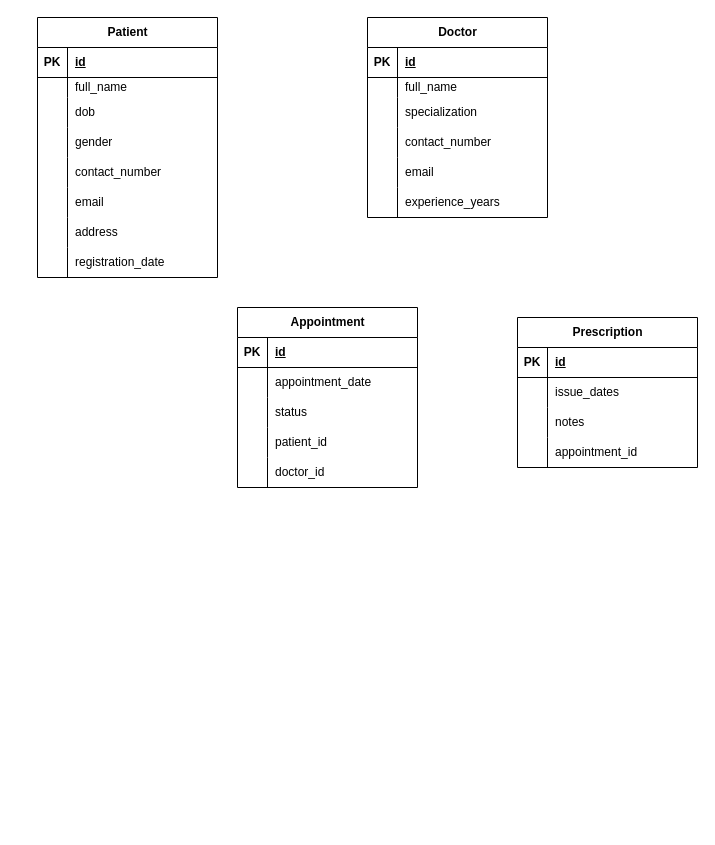
trinshika/Relationship keeps this draw.io diagram as Untitled Diagram.drawio. Above is the earlier version. Source tidied: cells renumbered, new cells numbered last; positions are measured from the earlier drawing's top-left corner, leaving out a move shared by most shapes. Both pictures are drawn from the tidied source at 100%, with x=0, y=0 at pixel (37, 17).
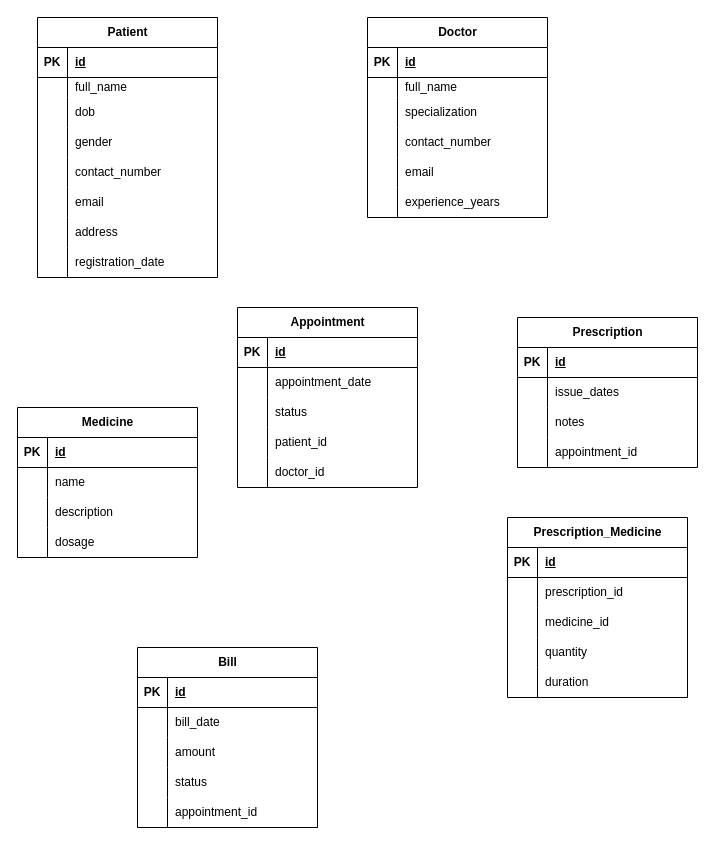
The same page after the edit.

Change to the diagram source:
```diff
@@
+    <mxCell id="75" value="Medicine" style="shape=table;startSize=30;childLayout=tableLayout;rowLines=0;fontStyle=1;align=center;html=1;" parent="1" vertex="1">
+      <mxGeometry x="-20" y="390" width="180" height="150" as="geometry" />
+    </mxCell>
+    <mxCell id="76" style="shape=tableRow;horizontal=0;startSize=0;swimlaneHead=0;swimlaneBody=0;fillColor=none;top=0;left=0;right=0;bottom=1;" parent="75" vertex="1">
+      <mxGeometry y="30" width="180" height="30" as="geometry" />
+    </mxCell>
+    <mxCell id="77" value="PK" style="shape=partialRectangle;fillColor=none;top=0;left=0;bottom=0;right=0;fontStyle=1;overflow=hidden;whiteSpace=wrap;html=1;" parent="76" vertex="1">
+      <mxGeometry width="30" height="30" as="geometry" />
+    </mxCell>
+    <mxCell id="78" value="id" style="shape=partialRectangle;fillColor=none;top=0;left=0;bottom=0;right=0;align=left;spacingLeft=6;fontStyle=5;overflow=hidden;whiteSpace=wrap;html=1;" parent="76" vertex="1">
+      <mxGeometry x="30" width="150" height="30" as="geometry" />
+    </mxCell>
+    <mxCell id="79" style="shape=tableRow;horizontal=0;startSize=0;swimlaneHead=0;swimlaneBody=0;fillColor=none;top=0;left=0;right=0;bottom=0;" parent="75" vertex="1">
+      <mxGeometry y="60" width="180" height="30" as="geometry" />
+    </mxCell>
+    <mxCell id="80" style="shape=partialRectangle;fillColor=none;top=0;left=0;bottom=0;right=0;overflow=hidden;whiteSpace=wrap;html=1;" parent="79" vertex="1">
+      <mxGeometry width="30" height="30" as="geometry" />
+    </mxCell>
+    <mxCell id="81" value="name" style="shape=partialRectangle;fillColor=none;top=0;left=0;bottom=0;right=0;align=left;spacingLeft=6;overflow=hidden;whiteSpace=wrap;html=1;" parent="79" vertex="1">
+      <mxGeometry x="30" width="150" height="30" as="geometry" />
+    </mxCell>
+    <mxCell id="82" style="shape=tableRow;horizontal=0;startSize=0;swimlaneHead=0;swimlaneBody=0;fillColor=none;top=0;left=0;right=0;bottom=0;" parent="75" vertex="1">
+      <mxGeometry y="90" width="180" height="30" as="geometry" />
+    </mxCell>
+    <mxCell id="83" style="shape=partialRectangle;fillColor=none;top=0;left=0;bottom=0;right=0;overflow=hidden;whiteSpace=wrap;html=1;" parent="82" vertex="1">
+      <mxGeometry width="30" height="30" as="geometry" />
+    </mxCell>
+    <mxCell id="84" value="description" style="shape=partialRectangle;fillColor=none;top=0;left=0;bottom=0;right=0;align=left;spacingLeft=6;overflow=hidden;whiteSpace=wrap;html=1;" parent="82" vertex="1">
+      <mxGeometry x="30" width="150" height="30" as="geometry" />
+    </mxCell>
+    <mxCell id="85" style="shape=tableRow;horizontal=0;startSize=0;swimlaneHead=0;swimlaneBody=0;fillColor=none;top=0;left=0;right=0;bottom=0;" parent="75" vertex="1">
+      <mxGeometry y="120" width="180" height="30" as="geometry" />
+    </mxCell>
+    <mxCell id="86" style="shape=partialRectangle;fillColor=none;top=0;left=0;bottom=0;right=0;overflow=hidden;whiteSpace=wrap;html=1;" parent="85" vertex="1">
+      <mxGeometry width="30" height="30" as="geometry" />
+    </mxCell>
+    <mxCell id="87" value="dosage" style="shape=partialRectangle;fillColor=none;top=0;left=0;bottom=0;right=0;align=left;spacingLeft=6;overflow=hidden;whiteSpace=wrap;html=1;" parent="85" vertex="1">
+      <mxGeometry x="30" width="150" height="30" as="geometry" />
+    </mxCell>
+    <mxCell id="88" value="Prescription_Medicine" style="shape=table;startSize=30;childLayout=tableLayout;rowLines=0;fontStyle=1;align=center;html=1;" parent="1" vertex="1">
+      <mxGeometry x="470" y="500" width="180" height="180" as="geometry" />
+    </mxCell>
+    <mxCell id="89" style="shape=tableRow;horizontal=0;startSize=0;swimlaneHead=0;swimlaneBody=0;fillColor=none;top=0;left=0;right=0;bottom=1;" parent="88" vertex="1">
+      <mxGeometry y="30" width="180" height="30" as="geometry" />
+    </mxCell>
+    <mxCell id="90" value="PK" style="shape=partialRectangle;fillColor=none;top=0;left=0;bottom=0;right=0;fontStyle=1;overflow=hidden;whiteSpace=wrap;html=1;" parent="89" vertex="1">
+      <mxGeometry width="30" height="30" as="geometry" />
+    </mxCell>
+    <mxCell id="91" value="id" style="shape=partialRectangle;fillColor=none;top=0;left=0;bottom=0;right=0;align=left;spacingLeft=6;fontStyle=5;overflow=hidden;whiteSpace=wrap;html=1;" parent="89" vertex="1">
+      <mxGeometry x="30" width="150" height="30" as="geometry" />
+    </mxCell>
+    <mxCell id="92" style="shape=tableRow;horizontal=0;startSize=0;swimlaneHead=0;swimlaneBody=0;fillColor=none;top=0;left=0;right=0;bottom=0;" parent="88" vertex="1">
+      <mxGeometry y="60" width="180" height="30" as="geometry" />
+    </mxCell>
+    <mxCell id="93" style="shape=partialRectangle;fillColor=none;top=0;left=0;bottom=0;right=0;overflow=hidden;whiteSpace=wrap;html=1;" parent="92" vertex="1">
+      <mxGeometry width="30" height="30" as="geometry" />
+    </mxCell>
+    <mxCell id="94" value="prescription_id" style="shape=partialRectangle;fillColor=none;top=0;left=0;bottom=0;right=0;align=left;spacingLeft=6;overflow=hidden;whiteSpace=wrap;html=1;" parent="92" vertex="1">
+      <mxGeometry x="30" width="150" height="30" as="geometry" />
+    </mxCell>
+    <mxCell id="95" style="shape=tableRow;horizontal=0;startSize=0;swimlaneHead=0;swimlaneBody=0;fillColor=none;top=0;left=0;right=0;bottom=0;" parent="88" vertex="1">
+      <mxGeometry y="90" width="180" height="30" as="geometry" />
+    </mxCell>
+    <mxCell id="96" style="shape=partialRectangle;fillColor=none;top=0;left=0;bottom=0;right=0;overflow=hidden;whiteSpace=wrap;html=1;" parent="95" vertex="1">
+      <mxGeometry width="30" height="30" as="geometry" />
+    </mxCell>
+    <mxCell id="97" value="medicine_id " style="shape=partialRectangle;fillColor=none;top=0;left=0;bottom=0;right=0;align=left;spacingLeft=6;overflow=hidden;whiteSpace=wrap;html=1;" parent="95" vertex="1">
+      <mxGeometry x="30" width="150" height="30" as="geometry" />
+    </mxCell>
+    <mxCell id="98" style="shape=tableRow;horizontal=0;startSize=0;swimlaneHead=0;swimlaneBody=0;fillColor=none;top=0;left=0;right=0;bottom=0;" parent="88" vertex="1">
+      <mxGeometry y="120" width="180" height="30" as="geometry" />
+    </mxCell>
+    <mxCell id="99" style="shape=partialRectangle;fillColor=none;top=0;left=0;bottom=0;right=0;overflow=hidden;whiteSpace=wrap;html=1;" parent="98" vertex="1">
+      <mxGeometry width="30" height="30" as="geometry" />
+    </mxCell>
+    <mxCell id="100" value="quantity" style="shape=partialRectangle;fillColor=none;top=0;left=0;bottom=0;right=0;align=left;spacingLeft=6;overflow=hidden;whiteSpace=wrap;html=1;" parent="98" vertex="1">
+      <mxGeometry x="30" width="150" height="30" as="geometry" />
+    </mxCell>
+    <mxCell id="101" style="shape=tableRow;horizontal=0;startSize=0;swimlaneHead=0;swimlaneBody=0;fillColor=none;top=0;left=0;right=0;bottom=0;" parent="88" vertex="1">
+      <mxGeometry y="150" width="180" height="30" as="geometry" />
+    </mxCell>
+    <mxCell id="102" style="shape=partialRectangle;fillColor=none;top=0;left=0;bottom=0;right=0;overflow=hidden;whiteSpace=wrap;html=1;" parent="101" vertex="1">
+      <mxGeometry width="30" height="30" as="geometry" />
+    </mxCell>
+    <mxCell id="103" value="duration" style="shape=partialRectangle;fillColor=none;top=0;left=0;bottom=0;right=0;align=left;spacingLeft=6;overflow=hidden;whiteSpace=wrap;html=1;" parent="101" vertex="1">
+      <mxGeometry x="30" width="150" height="30" as="geometry" />
+    </mxCell>
+    <mxCell id="104" value="Bill" style="shape=table;startSize=30;childLayout=tableLayout;rowLines=0;fontStyle=1;align=center;html=1;" parent="1" vertex="1">
+      <mxGeometry x="100" y="630" width="180" height="180" as="geometry" />
+    </mxCell>
+    <mxCell id="105" style="shape=tableRow;horizontal=0;startSize=0;swimlaneHead=0;swimlaneBody=0;fillColor=none;top=0;left=0;right=0;bottom=1;" parent="104" vertex="1">
+      <mxGeometry y="30" width="180" height="30" as="geometry" />
+    </mxCell>
+    <mxCell id="106" value="PK" style="shape=partialRectangle;fillColor=none;top=0;left=0;bottom=0;right=0;fontStyle=1;overflow=hidden;whiteSpace=wrap;html=1;" parent="105" vertex="1">
+      <mxGeometry width="30" height="30" as="geometry" />
+    </mxCell>
+    <mxCell id="107" value="id" style="shape=partialRectangle;fillColor=none;top=0;left=0;bottom=0;right=0;align=left;spacingLeft=6;fontStyle=5;overflow=hidden;whiteSpace=wrap;html=1;" parent="105" vertex="1">
+      <mxGeometry x="30" width="150" height="30" as="geometry" />
+    </mxCell>
+    <mxCell id="108" style="shape=tableRow;horizontal=0;startSize=0;swimlaneHead=0;swimlaneBody=0;fillColor=none;top=0;left=0;right=0;bottom=0;" parent="104" vertex="1">
+      <mxGeometry y="60" width="180" height="30" as="geometry" />
+    </mxCell>
+    <mxCell id="109" style="shape=partialRectangle;fillColor=none;top=0;left=0;bottom=0;right=0;overflow=hidden;whiteSpace=wrap;html=1;" parent="108" vertex="1">
+      <mxGeometry width="30" height="30" as="geometry" />
+    </mxCell>
+    <mxCell id="110" value="bill_date" style="shape=partialRectangle;fillColor=none;top=0;left=0;bottom=0;right=0;align=left;spacingLeft=6;overflow=hidden;whiteSpace=wrap;html=1;" parent="108" vertex="1">
+      <mxGeometry x="30" width="150" height="30" as="geometry" />
+    </mxCell>
+    <mxCell id="111" style="shape=tableRow;horizontal=0;startSize=0;swimlaneHead=0;swimlaneBody=0;fillColor=none;top=0;left=0;right=0;bottom=0;" parent="104" vertex="1">
+      <mxGeometry y="90" width="180" height="30" as="geometry" />
+    </mxCell>
+    <mxCell id="112" style="shape=partialRectangle;fillColor=none;top=0;left=0;bottom=0;right=0;overflow=hidden;whiteSpace=wrap;html=1;" parent="111" vertex="1">
+      <mxGeometry width="30" height="30" as="geometry" />
+    </mxCell>
+    <mxCell id="113" value="amount" style="shape=partialRectangle;fillColor=none;top=0;left=0;bottom=0;right=0;align=left;spacingLeft=6;overflow=hidden;whiteSpace=wrap;html=1;" parent="111" vertex="1">
+      <mxGeometry x="30" width="150" height="30" as="geometry" />
+    </mxCell>
+    <mxCell id="114" style="shape=tableRow;horizontal=0;startSize=0;swimlaneHead=0;swimlaneBody=0;fillColor=none;top=0;left=0;right=0;bottom=0;" parent="104" vertex="1">
+      <mxGeometry y="120" width="180" height="30" as="geometry" />
+    </mxCell>
+    <mxCell id="115" style="shape=partialRectangle;fillColor=none;top=0;left=0;bottom=0;right=0;overflow=hidden;whiteSpace=wrap;html=1;" parent="114" vertex="1">
+      <mxGeometry width="30" height="30" as="geometry" />
+    </mxCell>
+    <mxCell id="116" value="status " style="shape=partialRectangle;fillColor=none;top=0;left=0;bottom=0;right=0;align=left;spacingLeft=6;overflow=hidden;whiteSpace=wrap;html=1;" parent="114" vertex="1">
+      <mxGeometry x="30" width="150" height="30" as="geometry" />
+    </mxCell>
+    <mxCell id="117" style="shape=tableRow;horizontal=0;startSize=0;swimlaneHead=0;swimlaneBody=0;fillColor=none;top=0;left=0;right=0;bottom=0;" parent="104" vertex="1">
+      <mxGeometry y="150" width="180" height="30" as="geometry" />
+    </mxCell>
+    <mxCell id="118" style="shape=partialRectangle;fillColor=none;top=0;left=0;bottom=0;right=0;overflow=hidden;whiteSpace=wrap;html=1;" parent="117" vertex="1">
+      <mxGeometry width="30" height="30" as="geometry" />
+    </mxCell>
+    <mxCell id="119" value="appointment_id  " style="shape=partialRectangle;fillColor=none;top=0;left=0;bottom=0;right=0;align=left;spacingLeft=6;overflow=hidden;whiteSpace=wrap;html=1;" parent="117" vertex="1">
+      <mxGeometry x="30" width="150" height="30" as="geometry" />
+    </mxCell>
```
